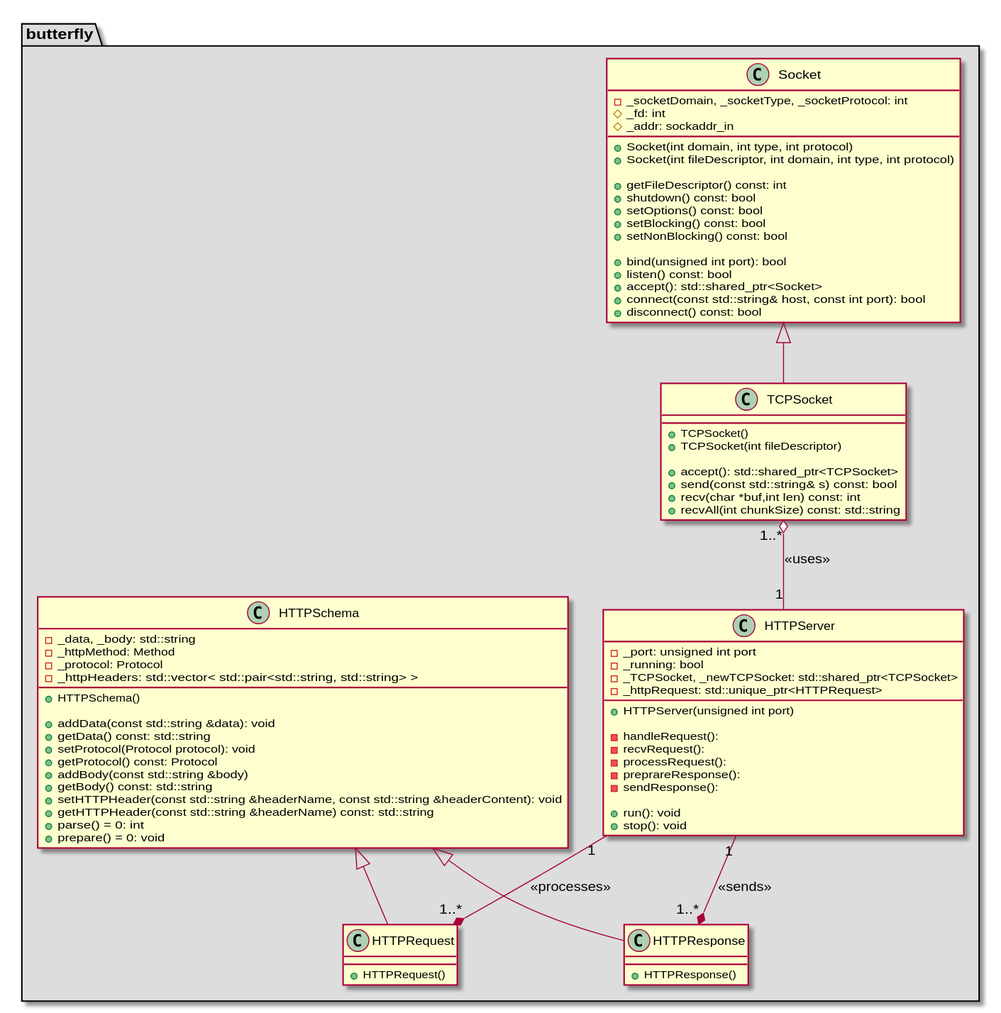
Above: architecture/class_diagrams/httpServer.svg in bierschi/butterfly (PlantUML), before the change.
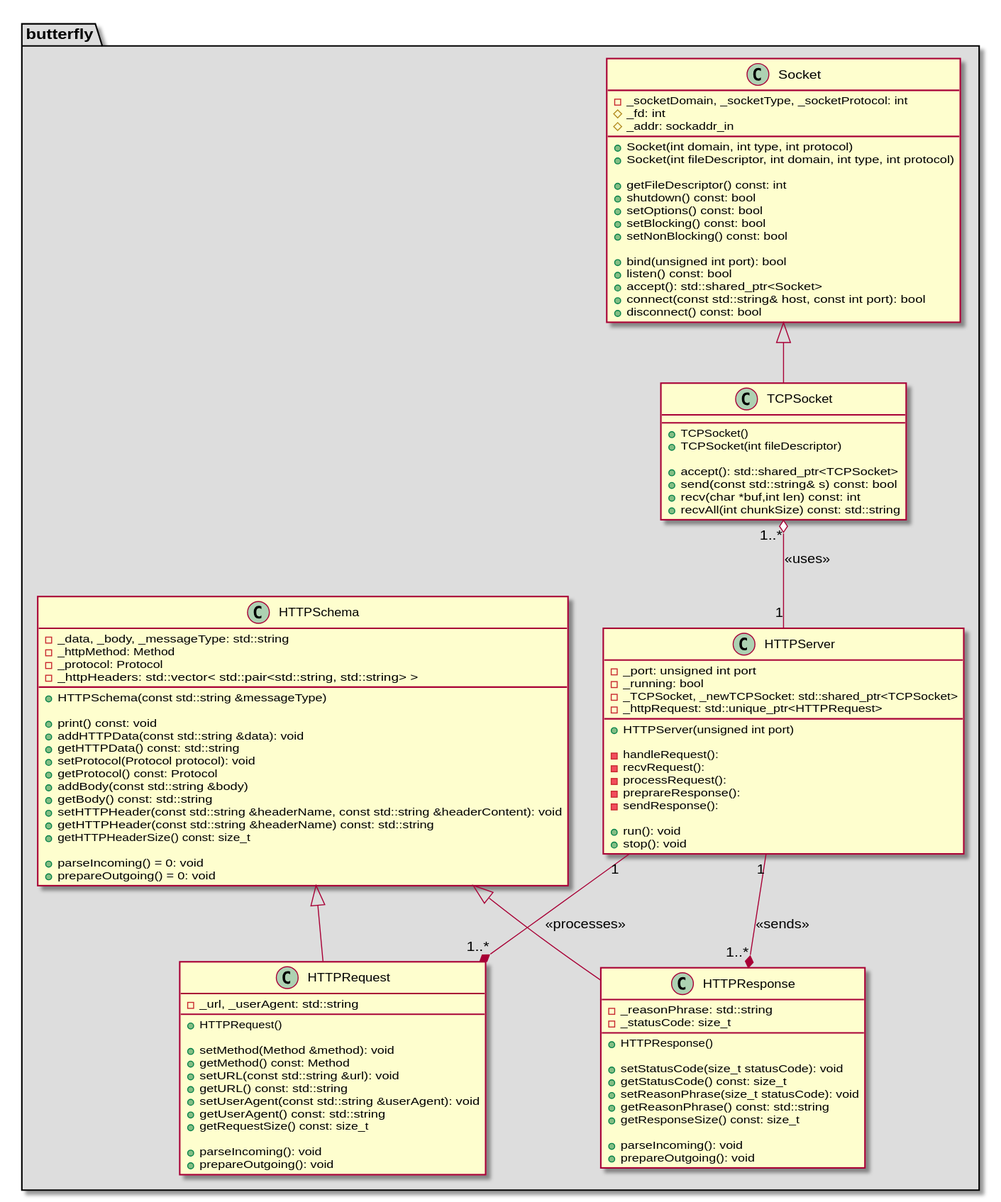
The same file after the commit.

Commit message:
Updated the http request and response classes

The edit, as a diff of the source:
```diff
@@ -58,35 +58,61 @@
 
 class HTTPSchema
 {
-    - _data, _body: std::string
+    - _data, _body, _messageType: std::string
     - _httpMethod: Method
     - _protocol: Protocol
     - _httpHeaders: std::vector< std::pair<std::string, std::string> >
 
-    + HTTPSchema()
+    + HTTPSchema(const std::string &messageType)
 
-    + addData(const std::string &data): void
-    + getData() const: std::string
+    + print() const: void
+    + addHTTPData(const std::string &data): void
+    + getHTTPData() const: std::string
     + setProtocol(Protocol protocol): void
     + getProtocol() const: Protocol
     + addBody(const std::string &body)
     + getBody() const: std::string
     + setHTTPHeader(const std::string &headerName, const std::string &headerContent): void
     + getHTTPHeader(const std::string &headerName) const: std::string
-    + parse() = 0: int
-    + prepare() = 0: void
+    + getHTTPHeaderSize() const: size_t
+
+    + parseIncoming() = 0: void
+    + prepareOutgoing() = 0: void
 }
 
 class HTTPRequest
 {
+    - _url, _userAgent: std::string
 
-    +HTTPRequest()
+    + HTTPRequest()
+
+    + setMethod(Method &method): void
+    + getMethod() const: Method
+    + setURL(const std::string &url): void
+    + getURL() const: std::string
+    + setUserAgent(const std::string &userAgent): void
+    + getUserAgent() const: std::string
+    + getRequestSize() const: size_t
+
+    + parseIncoming(): void
+    + prepareOutgoing(): void
 }
 
 class HTTPResponse
 {
+    - _reasonPhrase: std::string
+    - _statusCode: size_t
 
-    +HTTPResponse()
+    + HTTPResponse()
+
+    + setStatusCode(size_t statusCode): void
+    + getStatusCode() const: size_t
+    + setReasonPhrase(size_t statusCode): void
+    + getReasonPhrase() const: std::string
+    + getResponseSize() const: size_t
+
+    + parseIncoming(): void
+    + prepareOutgoing(): void
 }
 
 Socket            <|-- TCPSocket
```
